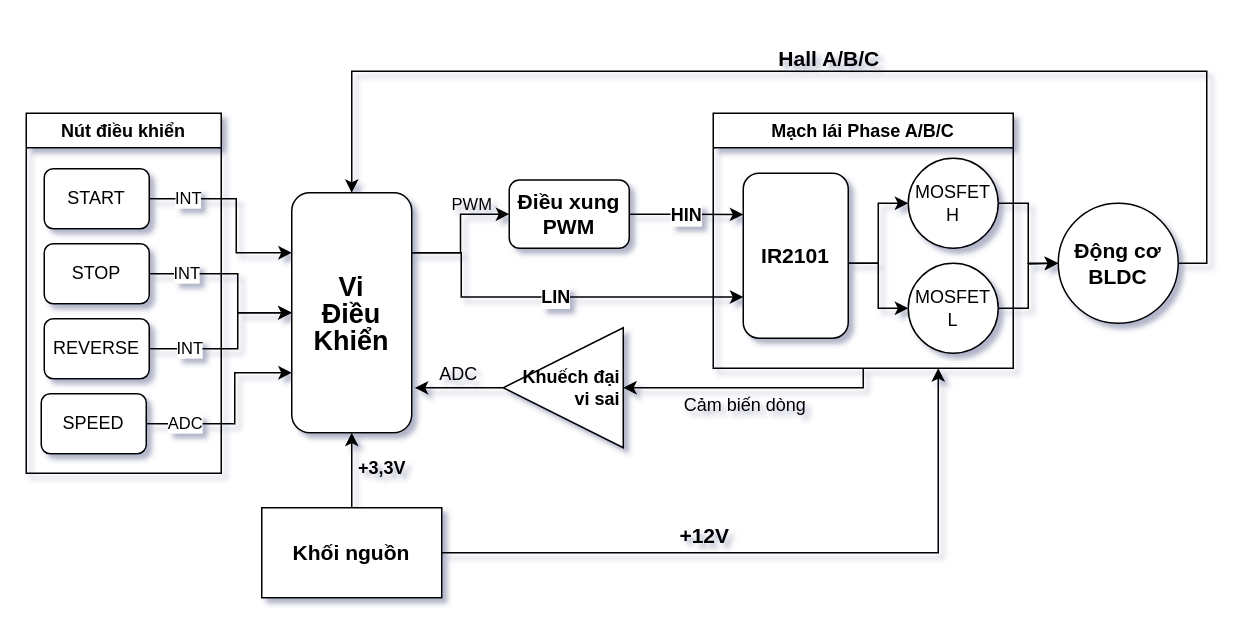
Earlier version of the draw.io diagram Schematic_Hall.drawio (ducphan2003/demo). Source tidied: cells renumbered, new cells numbered last; positions are measured from the earlier drawing's top-left corner, leaving out a move shared by most shapes. Both pictures are drawn from the tidied source at 150%, with x=0, y=0 at pixel (26, 70).
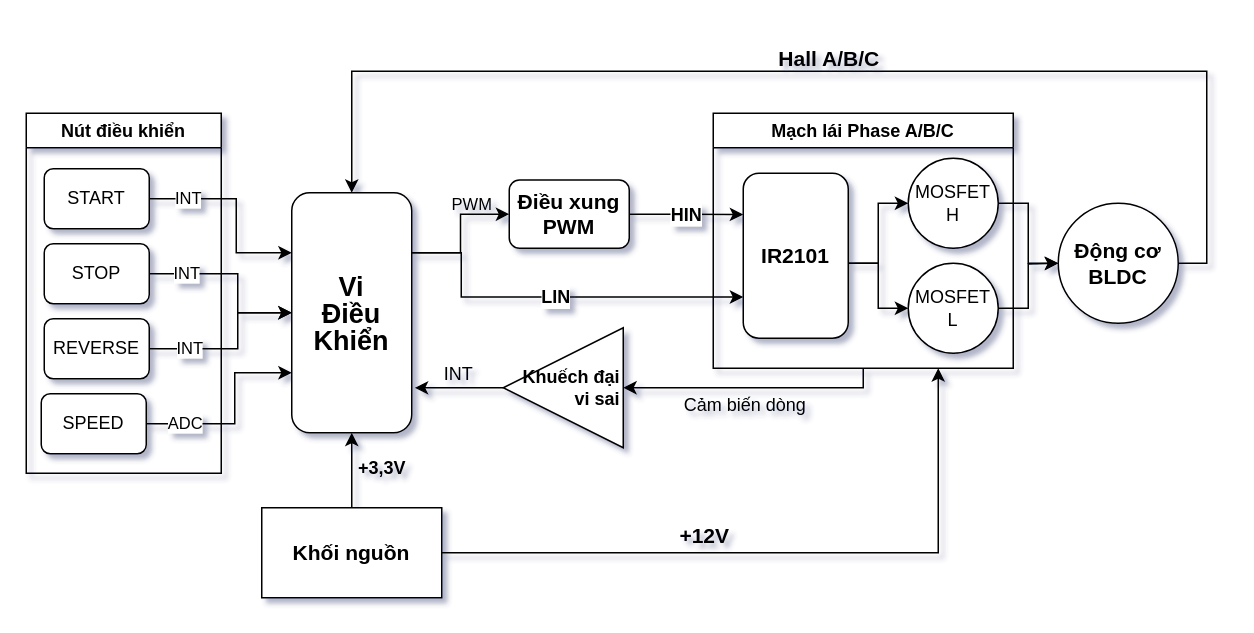
The same page after the edit.

The change refers to these unchanged cells:
```xml
<mxCell id="4" value="&lt;h2 style=&quot;line-height: 1&quot;&gt;Vi&lt;br&gt;Điều&lt;br&gt;Khiển&lt;/h2&gt;" style="rounded=1;whiteSpace=wrap;html=1;" parent="1" vertex="1">
  <mxGeometry x="177" y="81" width="80" height="160" as="geometry" />
</mxCell>
<mxCell id="25" value="&lt;b&gt;Khuếch đại&lt;br&gt;vi sai&lt;/b&gt;" style="triangle;whiteSpace=wrap;html=1;fontSize=12;direction=west;align=right;" parent="1" vertex="1">
  <mxGeometry x="318" y="171" width="80" height="80" as="geometry" />
</mxCell>
```

The edit, as a diff of the source:
```diff
@@
-    <mxCell id="24" value="ADC" style="edgeStyle=orthogonalEdgeStyle;rounded=0;jettySize=auto;html=1;exitX=1;exitY=0.5;exitDx=0;exitDy=0;entryX=1.025;entryY=0.813;entryDx=0;entryDy=0;entryPerimeter=0;labelBackgroundColor=none;fontSize=12;" parent="1" edge="1" source="25" target="4">
+    <mxCell id="24" value="INT" style="edgeStyle=orthogonalEdgeStyle;rounded=0;jettySize=auto;html=1;exitX=1;exitY=0.5;exitDx=0;exitDy=0;entryX=1.025;entryY=0.813;entryDx=0;entryDy=0;entryPerimeter=0;labelBackgroundColor=none;fontSize=12;" parent="1" edge="1" source="25" target="4">
       <mxGeometry x="0.03" y="-9" relative="1" as="geometry" />
     </mxCell>
```
